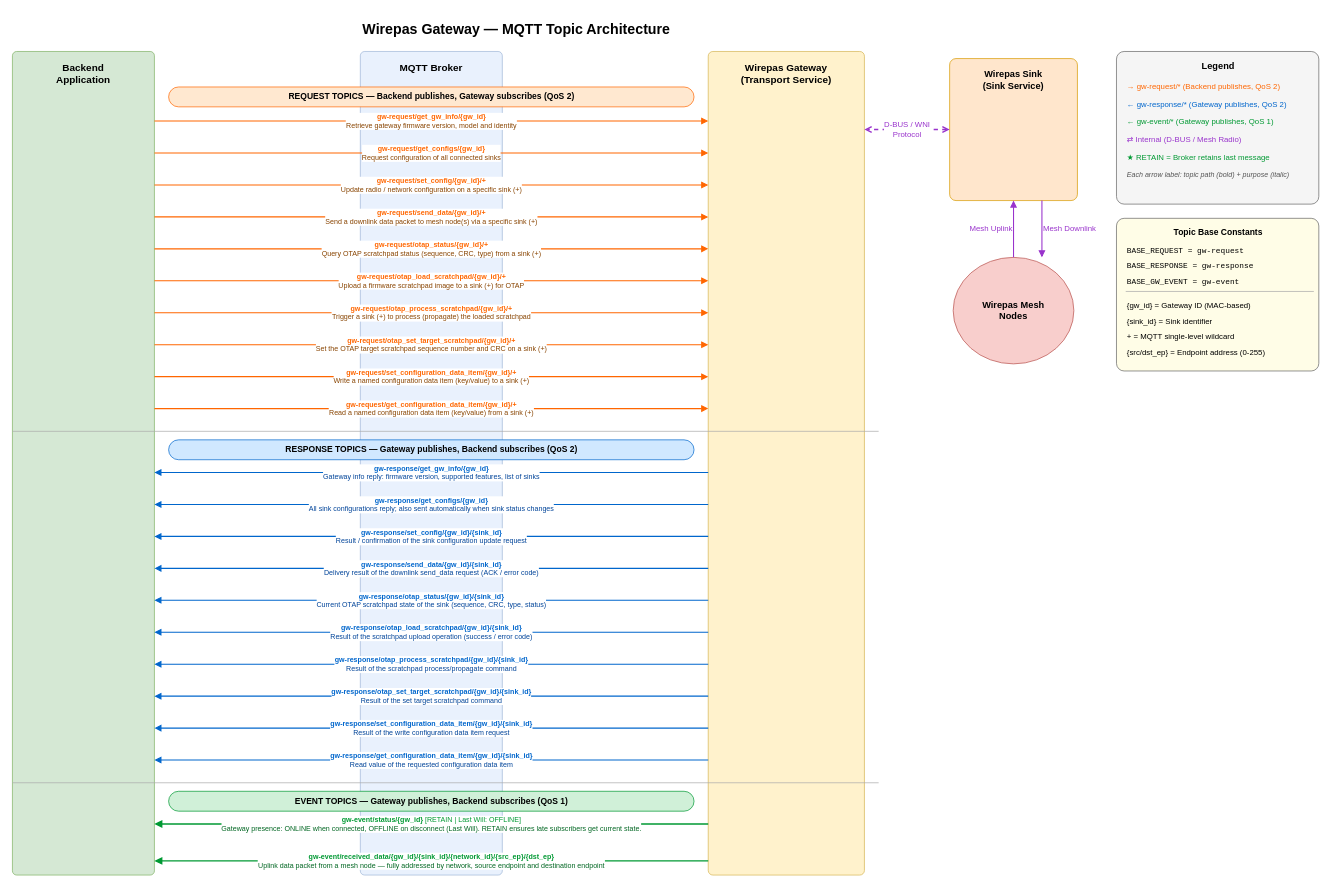
Earlier version of the draw.io diagram page "Wirepas Gateway MQTT Topics" (1 of 2) of wirepas_gateway_mqtt_topics.drawio (jussijii1/gateway_testing_claude). Source tidied: cells renumbered, new cells numbered last; positions are measured from the earlier drawing's top-left corner, leaving out a move shared by most shapes. Both pictures are drawn from the tidied source at 71%, with x=0, y=0 at pixel (12, 12).
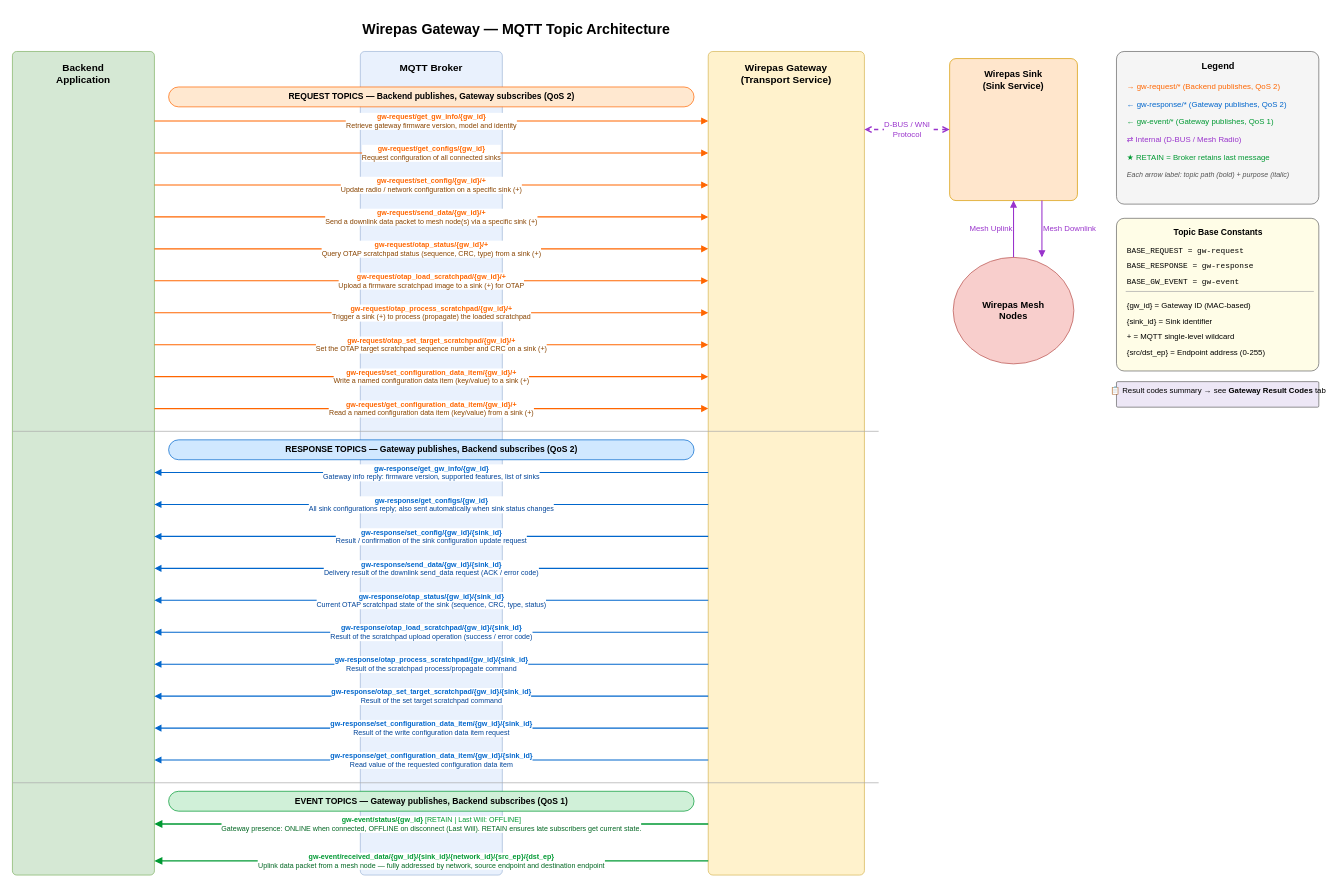
The same page after the edit.

The edit, as a diff of the source:
```diff
@@
+    <mxCell id="56" style="rounded=1;whiteSpace=wrap;html=1;fillColor=#EDE7F6;strokeColor=#666666;arcSize=5;" parent="1" vertex="1">
+      <mxGeometry x="1555" y="520" width="285" height="36" as="geometry" />
+    </mxCell>
+    <mxCell id="57" value="📋 Result codes summary → see &lt;b&gt;Gateway Result Codes&lt;/b&gt; tab" style="text;html=1;strokeColor=none;fillColor=none;align=center;fontSize=11;" parent="1" vertex="1">
+      <mxGeometry x="1555" y="520" width="285" height="36" as="geometry" />
+    </mxCell>
```
